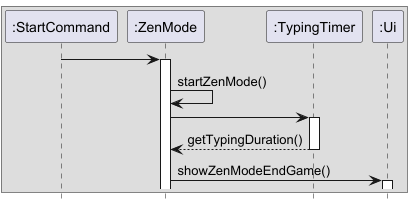
Above: docs/images/ZenModeSequenceDiagram.png in AY2425S2-CS2113-F13-2/tp (PlantUML), before the change.
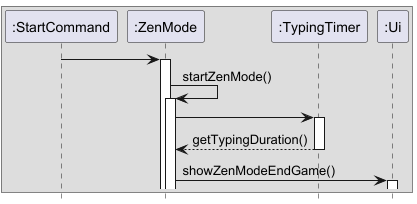
After the change.

Commit message:
Update TypingAccuracy sequence diagram

What changed in the source:
```diff
@@ -10,7 +10,7 @@
 
 StartCommand -> ZenMode
 activate ZenMode
-ZenMode -> ZenMode: startZenMode()
+ZenMode -> ZenMode ++: startZenMode()
 ZenMode -> TypingTimer ++
 return getTypingDuration()
 ZenMode -> Ui ++ : showZenModeEndGame()
```
